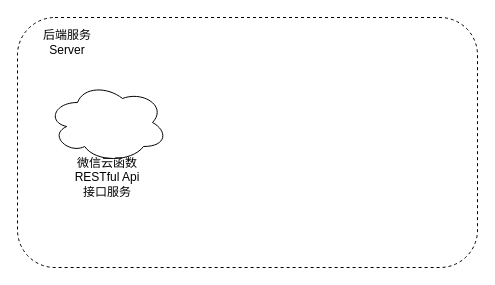
The draw.io diagram zongti.drawio in Ekko306/diagrams.net, before the edit. Source tidied: cells renumbered, new cells numbered last; positions are measured from the earlier drawing's top-left corner, leaving out a move shared by most shapes. Both pictures are drawn from the tidied source at 100%, with x=0, y=0 at pixel (17, 17). Pictures stored in the file or linked from it are replaced by grey dashed boxes.
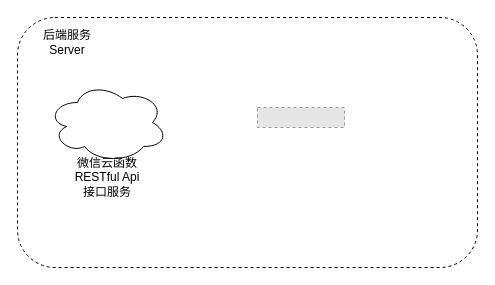
The same diagram, later.

What changed in the source:
```diff
@@
 <mxGraphModel>
   <root>
     <mxCell id="0" />
     <mxCell id="1" parent="0" />
     <mxCell id="2" style="rounded=1;whiteSpace=wrap;html=1;dashed=1;" parent="1" vertex="1">
       <mxGeometry width="460" height="250" as="geometry" />
     </mxCell>
     <mxCell id="3" value="后端服务&lt;br&gt;Server" style="text;html=1;strokeColor=none;fillColor=none;align=center;verticalAlign=middle;whiteSpace=wrap;rounded=0;dashed=1;dashPattern=1 1;" parent="1" vertex="1">
       <mxGeometry x="20" y="10" width="60" height="30" as="geometry" />
     </mxCell>
     <mxCell id="4" style="ellipse;shape=cloud;whiteSpace=wrap;html=1;" parent="1" vertex="1">
       <mxGeometry x="30" y="65" width="120" height="80" as="geometry" />
     </mxCell>
     <mxCell id="5" value="微信云函数&lt;br&gt;RESTful Api接口服务" style="text;html=1;strokeColor=none;fillColor=none;align=center;verticalAlign=middle;whiteSpace=wrap;rounded=0;dashed=1;dashPattern=1 1;" parent="1" vertex="1">
       <mxGeometry x="55" y="145" width="70" height="30" as="geometry" />
     </mxCell>
+    <mxCell id="6" style="fillColor=#E6E6E6;strokeColor=#999999;dashed=1;verticalLabelPosition=bottom;labelBackgroundColor=default;verticalAlign=top;" parent="1" vertex="1">
+      <mxGeometry x="240" y="90" width="87" height="20" as="geometry" />
+    </mxCell>
   </root>
 </mxGraphModel>
```
